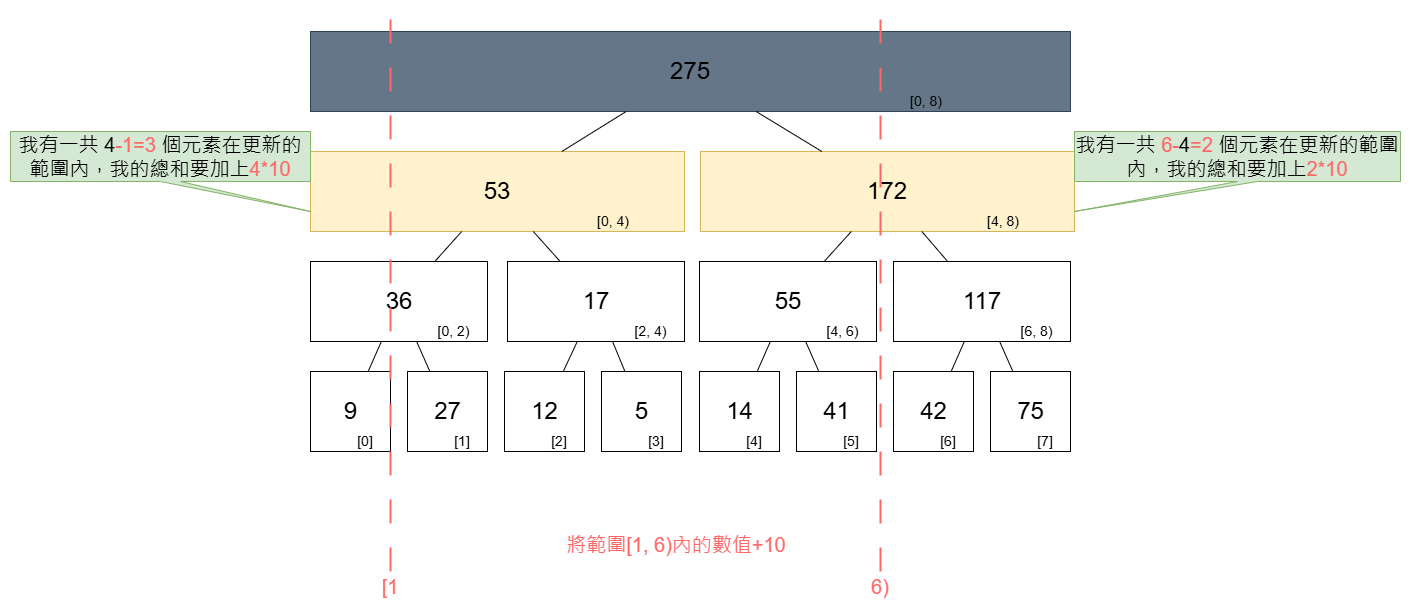
Bryan0324/fudan_cppclass keeps this draw.io diagram as lecture/Segtree/Segtreeupdate/update_pic-update3.drawio.png. Above is the earlier version. Source tidied: cells renumbered, new cells last; positions are measured from the earlier drawing's top-left corner, leaving out a move shared by most shapes.
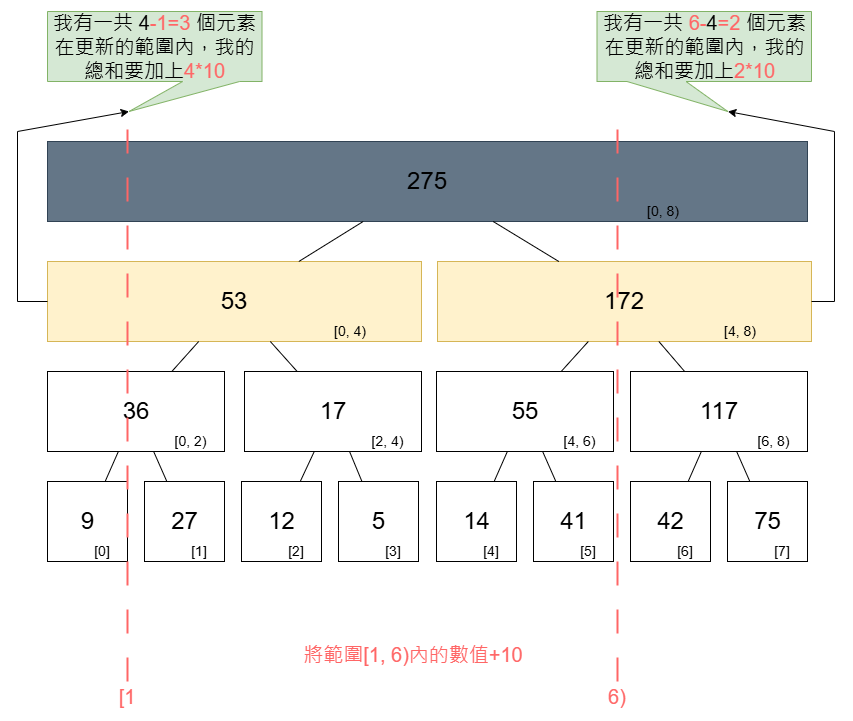
After the change.

What changed in the source:
```diff
@@ -239,11 +239,11 @@
     <mxCell id="78" value="&lt;font style=&quot;font-size: 20px; color: rgb(255, 102, 102);&quot;&gt;將範圍[1, 6)內的數值+10&lt;/font&gt;" style="text;html=1;align=center;verticalAlign=middle;whiteSpace=wrap;rounded=0;" parent="1" vertex="1">
       <mxGeometry x="546" y="520" width="240" height="25" as="geometry" />
     </mxCell>
-    <mxCell id="79" value="&lt;span style=&quot;font-size: 20px;&quot;&gt;我有一共 4&lt;/span&gt;&lt;span style=&quot;color: rgb(255, 102, 102); font-size: 20px;&quot;&gt;-1=3&amp;nbsp;&lt;/span&gt;&lt;span style=&quot;font-size: 20px;&quot;&gt;個元素在更新的範圍內，我的總和要加上&lt;/span&gt;&lt;span style=&quot;color: rgb(255, 102, 102); font-size: 20px;&quot;&gt;4*10&lt;/span&gt;" style="shape=callout;whiteSpace=wrap;html=1;perimeter=calloutPerimeter;fillColor=#d5e8d4;strokeColor=#82b366;position2=1;" parent="1" vertex="1">
-      <mxGeometry y="120" width="300" height="80" as="geometry" />
+    <mxCell id="79" value="&lt;span style=&quot;font-size: 20px;&quot;&gt;我有一共 4&lt;/span&gt;&lt;span style=&quot;color: rgb(255, 102, 102); font-size: 20px;&quot;&gt;-1=3&amp;nbsp;&lt;/span&gt;&lt;span style=&quot;font-size: 20px;&quot;&gt;個元素在更新的範圍內，我的總和要加上&lt;/span&gt;&lt;span style=&quot;color: rgb(255, 102, 102); font-size: 20px;&quot;&gt;4*10&lt;/span&gt;" style="shape=callout;whiteSpace=wrap;html=1;perimeter=calloutPerimeter;fillColor=#d5e8d4;strokeColor=#82b366;position2=0.38;base=57;size=30;position=0.63;" parent="1" vertex="1">
+      <mxGeometry x="300" y="-110" width="214.5" height="100" as="geometry" />
     </mxCell>
-    <mxCell id="80" value="&lt;span style=&quot;font-size: 20px;&quot;&gt;我有一共 &lt;/span&gt;&lt;span style=&quot;color: rgb(255, 102, 102); font-size: 20px;&quot;&gt;6-&lt;span style=&quot;color: rgb(0, 0, 0);&quot;&gt;4&lt;/span&gt;=2&amp;nbsp;&lt;/span&gt;&lt;span style=&quot;font-size: 20px;&quot;&gt;個元素在更新的範圍內，我的總和要加上&lt;/span&gt;&lt;span style=&quot;color: rgb(255, 102, 102); font-size: 20px;&quot;&gt;2*10&lt;/span&gt;" style="shape=callout;whiteSpace=wrap;html=1;perimeter=calloutPerimeter;fillColor=#d5e8d4;strokeColor=#82b366;position2=0;" parent="1" vertex="1">
-      <mxGeometry x="1064" y="120" width="326" height="80" as="geometry" />
+    <mxCell id="80" value="&lt;span style=&quot;font-size: 20px;&quot;&gt;我有一共 &lt;/span&gt;&lt;span style=&quot;color: rgb(255, 102, 102); font-size: 20px;&quot;&gt;6-&lt;span style=&quot;color: rgb(0, 0, 0);&quot;&gt;4&lt;/span&gt;=2&amp;nbsp;&lt;/span&gt;&lt;span style=&quot;font-size: 20px;&quot;&gt;個元素在更新的範圍內，我的總和要加上&lt;/span&gt;&lt;span style=&quot;color: rgb(255, 102, 102); font-size: 20px;&quot;&gt;2*10&lt;/span&gt;" style="shape=callout;whiteSpace=wrap;html=1;perimeter=calloutPerimeter;fillColor=#d5e8d4;strokeColor=#82b366;position2=0.61;base=59;size=30;position=0.14;" parent="1" vertex="1">
+      <mxGeometry x="849.5" y="-110" width="214.5" height="100" as="geometry" />
     </mxCell>
     <mxCell id="81" value="&lt;span style=&quot;color: rgb(255, 102, 102); font-size: 20px;&quot;&gt;[1&lt;/span&gt;" style="text;html=1;align=center;verticalAlign=middle;whiteSpace=wrap;rounded=0;" parent="1" vertex="1">
       <mxGeometry x="350" y="560" width="60" height="30" as="geometry" />
@@ -251,5 +251,21 @@
     <mxCell id="82" value="&lt;span style=&quot;color: rgb(255, 102, 102); font-size: 20px;&quot;&gt;6)&lt;/span&gt;" style="text;html=1;align=center;verticalAlign=middle;whiteSpace=wrap;rounded=0;" parent="1" vertex="1">
       <mxGeometry x="840" y="560" width="60" height="30" as="geometry" />
     </mxCell>
+    <mxCell id="83" style="endArrow=classic;html=1;rounded=0;entryX=0;entryY=0;entryDx=81.51;entryDy=100;entryPerimeter=0;exitX=0;exitY=0.5;exitDx=0;exitDy=0;" parent="1" edge="1" source="51" target="79">
+      <mxGeometry relative="1" as="geometry">
+        <Array as="points">
+          <mxPoint x="270" y="180" />
+          <mxPoint x="270" y="10" />
+        </Array>
+      </mxGeometry>
+    </mxCell>
+    <mxCell id="84" style="endArrow=classic;html=1;rounded=0;entryX=0;entryY=0;entryDx=130.845;entryDy=100;entryPerimeter=0;exitX=1;exitY=0.5;exitDx=0;exitDy=0;" parent="1" edge="1" source="55" target="80">
+      <mxGeometry relative="1" as="geometry">
+        <Array as="points">
+          <mxPoint x="1087" y="180" />
+          <mxPoint x="1087" y="10" />
+        </Array>
+      </mxGeometry>
+    </mxCell>
   </root>
 </mxGraphModel>
```
